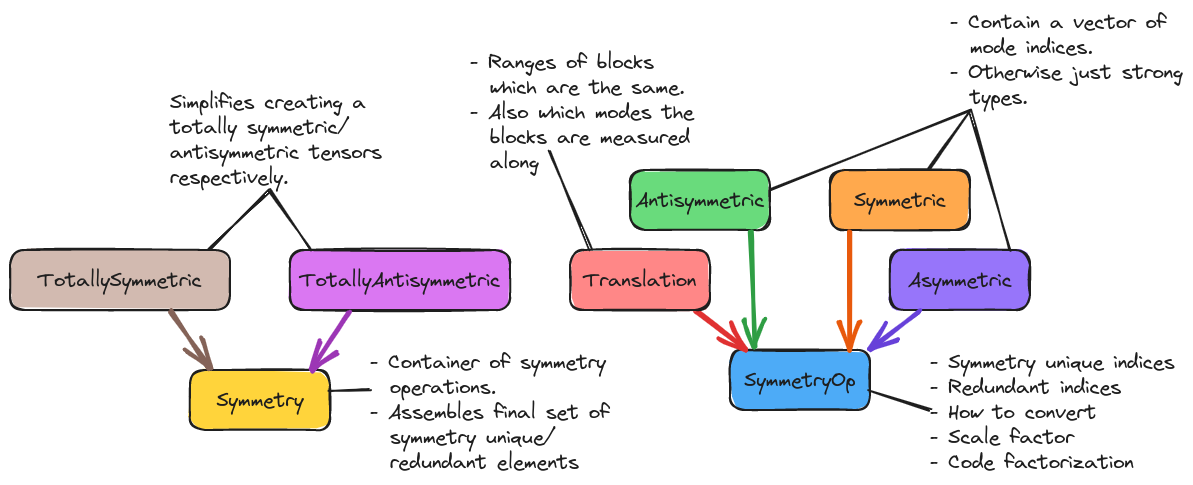
This is docs/source/developer/design/assets/symmetry.png from NWChemEx/TensorWrapper, a Excalidraw export, as it was before one commit. Source tidied: one line per element, renumbered; positions are measured from the earlier drawing's top-left corner, leaving out a move shared by most shapes. Its diagram source:
```json
{"id": 0, "type": "rectangle", "strokeColor": "#1e1e1e", "backgroundColor": "#ffd43b", "fillStyle": "solid", "strokeWidth": 2, "roughness": 1, "round": true, "x": 180, "y": 360, "width": 140, "height": 60}
{"id": 1, "type": "text", "text": "Symmetry", "strokeColor": "#1e1e1e", "strokeWidth": 1, "roughness": 1, "fontSize": 20, "fontFamily": 1, "textAlign": "center", "verticalAlign": "middle", "inside": 0, "x": 206, "y": 378, "width": 87, "height": 25}
{"id": 2, "type": "rectangle", "strokeColor": "#1e1e1e", "backgroundColor": "#ffa94d", "fillStyle": "solid", "strokeWidth": 2, "roughness": 1, "round": true, "x": 820, "y": 160, "width": 140, "height": 60}
{"id": 3, "type": "text", "text": "Symmetric", "strokeColor": "#1e1e1e", "strokeWidth": 1, "roughness": 1, "fontSize": 20, "fontFamily": 1, "textAlign": "center", "verticalAlign": "middle", "inside": 2, "x": 844, "y": 178, "width": 92, "height": 25}
{"id": 4, "type": "rectangle", "strokeColor": "#1e1e1e", "backgroundColor": "#69db7c", "fillStyle": "solid", "strokeWidth": 2, "roughness": 1, "round": true, "x": 620, "y": 160, "width": 140, "height": 60}
{"id": 5, "type": "text", "text": "Antisymmetric", "strokeColor": "#1e1e1e", "strokeWidth": 1, "roughness": 1, "fontSize": 20, "fontFamily": 1, "textAlign": "center", "verticalAlign": "middle", "inside": 4, "x": 626, "y": 178, "width": 129, "height": 25}
{"id": 6, "type": "text", "text": "- Contain a vector of\n  mode indices.\n- Otherwise just strong\n  types. ", "strokeColor": "#1e1e1e", "strokeWidth": 1, "roughness": 1, "fontSize": 20, "fontFamily": 1, "x": 940, "y": 0, "width": 233, "height": 100}
{"id": 7, "type": "rectangle", "strokeColor": "#1e1e1e", "backgroundColor": "#d2bab0", "fillStyle": "solid", "strokeWidth": 2, "roughness": 1, "round": true, "x": 0, "y": 240, "width": 220, "height": 60}
{"id": 8, "type": "text", "text": "TotallySymmetric", "strokeColor": "#1e1e1e", "strokeWidth": 1, "roughness": 1, "fontSize": 20, "fontFamily": 1, "textAlign": "center", "verticalAlign": "middle", "inside": 7, "x": 28, "y": 258, "width": 164, "height": 25}
{"id": 9, "type": "rectangle", "strokeColor": "#1e1e1e", "backgroundColor": "#da77f2", "fillStyle": "solid", "strokeWidth": 2, "roughness": 1, "round": true, "x": 280, "y": 240, "width": 220, "height": 60}
{"id": 10, "type": "text", "text": "TotallyAntisymmetric", "strokeColor": "#1e1e1e", "strokeWidth": 1, "roughness": 1, "fontSize": 20, "fontFamily": 1, "textAlign": "center", "verticalAlign": "middle", "inside": 9, "x": 290, "y": 258, "width": 201, "height": 25}
{"id": 11, "type": "arrow", "strokeColor": "#846358", "strokeWidth": 4, "roughness": 1, "endArrowhead": "arrow", "round": true, "from": 7, "to": 0, "x": 161, "y": 301, "width": 39, "height": 58, "points": [[0, 0], [39, 58]]}
{"id": 12, "type": "arrow", "strokeColor": "#9c36b5", "strokeWidth": 4, "roughness": 1, "endArrowhead": "arrow", "round": true, "from": 9, "to": 0, "x": 339, "y": 301, "width": 39, "height": 58, "points": [[0, 0], [-39, 58]]}
{"id": 13, "type": "rectangle", "strokeColor": "#1e1e1e", "backgroundColor": "#9775fa", "fillStyle": "solid", "strokeWidth": 2, "roughness": 1, "round": true, "x": 880, "y": 240, "width": 140, "height": 60}
{"id": 14, "type": "text", "text": "Asymmetric", "strokeColor": "#1e1e1e", "strokeWidth": 1, "roughness": 1, "fontSize": 20, "fontFamily": 1, "textAlign": "center", "verticalAlign": "middle", "inside": 13, "x": 898, "y": 258, "width": 104, "height": 25}
{"id": 15, "type": "rectangle", "strokeColor": "#1e1e1e", "backgroundColor": "#4dabf7", "fillStyle": "solid", "strokeWidth": 2, "roughness": 1, "round": true, "x": 720, "y": 340, "width": 140, "height": 60}
{"id": 16, "type": "text", "text": "SymmetryOp", "strokeColor": "#1e1e1e", "strokeWidth": 1, "roughness": 1, "fontSize": 20, "fontFamily": 1, "textAlign": "center", "verticalAlign": "middle", "inside": 15, "x": 734, "y": 358, "width": 111, "height": 25}
{"id": 17, "type": "text", "text": "- Symmetry unique indices\n- Redundant indices\n- How to convert\n- Scale factor\n- Code factorization", "strokeColor": "#1e1e1e", "strokeWidth": 1, "roughness": 1, "fontSize": 20, "fontFamily": 1, "x": 920, "y": 340, "width": 245, "height": 125}
{"id": 18, "type": "arrow", "strokeColor": "#e8590c", "strokeWidth": 4, "roughness": 1, "endArrowhead": "arrow", "round": true, "from": 2, "to": 15, "x": 840, "y": 221, "width": 0, "height": 118, "points": [[0, 0], [0, 118]]}
{"id": 19, "type": "arrow", "strokeColor": "#2f9e44", "strokeWidth": 4, "roughness": 1, "endArrowhead": "arrow", "round": true, "from": 4, "to": 15, "x": 740, "y": 221, "width": 6, "height": 117, "points": [[0, 0], [6, 117]]}
{"id": 20, "type": "arrow", "strokeColor": "#e03131", "strokeWidth": 4, "roughness": 1, "endArrowhead": "arrow", "round": true, "from": 21, "to": 15, "x": 686, "y": 301, "width": 49, "height": 38, "points": [[0, 0], [49, 38]]}
{"id": 21, "type": "rectangle", "strokeColor": "#1e1e1e", "backgroundColor": "#ff8787", "fillStyle": "solid", "strokeWidth": 2, "roughness": 1, "round": true, "x": 560, "y": 240, "width": 140, "height": 60}
{"id": 22, "type": "text", "text": "Translation", "strokeColor": "#1e1e1e", "strokeWidth": 1, "roughness": 1, "fontSize": 20, "fontFamily": 1, "textAlign": "center", "verticalAlign": "middle", "inside": 21, "x": 574, "y": 258, "width": 113, "height": 25}
{"id": 23, "type": "arrow", "strokeColor": "#6741d9", "strokeWidth": 4, "roughness": 1, "endArrowhead": "arrow", "round": true, "from": 13, "to": 15, "x": 910, "y": 301, "width": 50, "height": 39, "points": [[0, 0], [-50, 39]]}
{"id": 24, "type": "line", "strokeColor": "#1e1e1e", "strokeWidth": 2, "roughness": 1, "round": true, "x": 760, "y": 180, "width": 200, "height": 80, "points": [[0, 0], [200, -80]]}
{"id": 25, "type": "line", "strokeColor": "#1e1e1e", "strokeWidth": 2, "roughness": 1, "round": true, "x": 920, "y": 160, "width": 40, "height": 60, "points": [[0, 0], [40, -60]]}
{"id": 26, "type": "line", "strokeColor": "#1e1e1e", "strokeWidth": 2, "roughness": 1, "round": true, "x": 1000, "y": 240, "width": 40, "height": 140, "points": [[0, 0], [-40, -140]]}
{"id": 27, "type": "line", "strokeColor": "#1e1e1e", "strokeWidth": 2, "roughness": 1, "round": true, "x": 860, "y": 380, "width": 60, "height": 20, "points": [[0, 0], [60, 20]]}
{"id": 28, "type": "text", "text": "- Ranges of blocks\n  which are the same.\n- Also which modes the\n  blocks are measured\n  along", "strokeColor": "#1e1e1e", "backgroundColor": "#9775fa", "fillStyle": "solid", "strokeWidth": 2, "roughness": 1, "fontSize": 20, "fontFamily": 1, "x": 460, "y": 40, "width": 224, "height": 125}
{"id": 29, "type": "line", "strokeColor": "#1e1e1e", "backgroundColor": "#9775fa", "fillStyle": "solid", "strokeWidth": 2, "roughness": 1, "round": true, "x": 540, "y": 140, "width": 40, "height": 100, "points": [[0, 0], [40, 100]]}
{"id": 30, "type": "text", "text": "Simplifies creating a\ntotally symmetric/\nantisymmetric tensors\nrespectively.\n", "strokeColor": "#1e1e1e", "backgroundColor": "#da77f2", "fillStyle": "solid", "strokeWidth": 4, "roughness": 1, "fontSize": 20, "fontFamily": 1, "x": 160, "y": 80, "width": 212, "height": 125}
{"id": 31, "type": "line", "strokeColor": "#1e1e1e", "backgroundColor": "#da77f2", "fillStyle": "solid", "strokeWidth": 2, "roughness": 1, "round": true, "x": 200, "y": 240, "width": 60, "height": 60, "points": [[0, 0], [60, -60]]}
{"id": 32, "type": "line", "strokeColor": "#1e1e1e", "backgroundColor": "#da77f2", "fillStyle": "solid", "strokeWidth": 2, "roughness": 1, "round": true, "x": 260, "y": 180, "width": 40, "height": 60, "points": [[0, 0], [40, 60]]}
{"id": 33, "type": "text", "text": "- Container of symmetry\n  operations.\n- Assembles final set of\n  symmetry unique/\n  redundant elements", "strokeColor": "#1e1e1e", "backgroundColor": "#da77f2", "fillStyle": "solid", "strokeWidth": 2, "roughness": 1, "fontSize": 20, "fontFamily": 1, "x": 360, "y": 340, "width": 240, "height": 125}
{"id": 34, "type": "line", "strokeColor": "#1e1e1e", "backgroundColor": "#da77f2", "fillStyle": "solid", "strokeWidth": 2, "roughness": 1, "round": true, "x": 320, "y": 380, "width": 40, "height": 0, "points": [[0, 0], [40, 0]]}
```
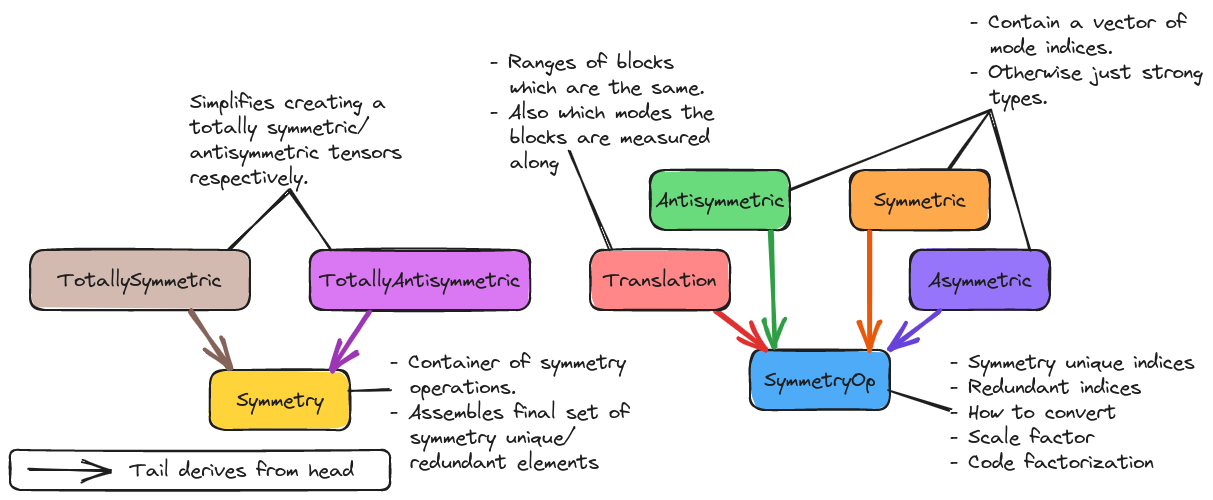
Above is the later version.

What changed in the source:
```diff
@@ -33,3 +33,6 @@
 {"id": 32, "type": "line", "strokeColor": "#1e1e1e", "backgroundColor": "#da77f2", "fillStyle": "solid", "strokeWidth": 2, "roughness": 1, "round": true, "x": 260, "y": 180, "width": 40, "height": 60, "points": [[0, 0], [40, 60]]}
 {"id": 33, "type": "text", "text": "- Container of symmetry\n  operations.\n- Assembles final set of\n  symmetry unique/\n  redundant elements", "strokeColor": "#1e1e1e", "backgroundColor": "#da77f2", "fillStyle": "solid", "strokeWidth": 2, "roughness": 1, "fontSize": 20, "fontFamily": 1, "x": 360, "y": 340, "width": 240, "height": 125}
 {"id": 34, "type": "line", "strokeColor": "#1e1e1e", "backgroundColor": "#da77f2", "fillStyle": "solid", "strokeWidth": 2, "roughness": 1, "round": true, "x": 320, "y": 380, "width": 40, "height": 0, "points": [[0, 0], [40, 0]]}
+{"id": 35, "type": "rectangle", "strokeColor": "#1e1e1e", "backgroundColor": "#ffffff", "fillStyle": "solid", "strokeWidth": 2, "roughness": 1, "round": true, "x": -20, "y": 440, "width": 380, "height": 40}
+{"id": 36, "type": "arrow", "strokeColor": "#1e1e1e", "backgroundColor": "#ffffff", "fillStyle": "solid", "strokeWidth": 2, "roughness": 1, "endArrowhead": "arrow", "round": true, "x": 0, "y": 461, "width": 80, "height": 0, "points": [[0, 0], [80, 0]]}
+{"id": 37, "type": "text", "text": "Tail derives from head", "strokeColor": "#1e1e1e", "backgroundColor": "#ffffff", "fillStyle": "solid", "strokeWidth": 2, "roughness": 1, "fontSize": 20, "fontFamily": 1, "x": 100, "y": 448, "width": 224, "height": 25}
```
